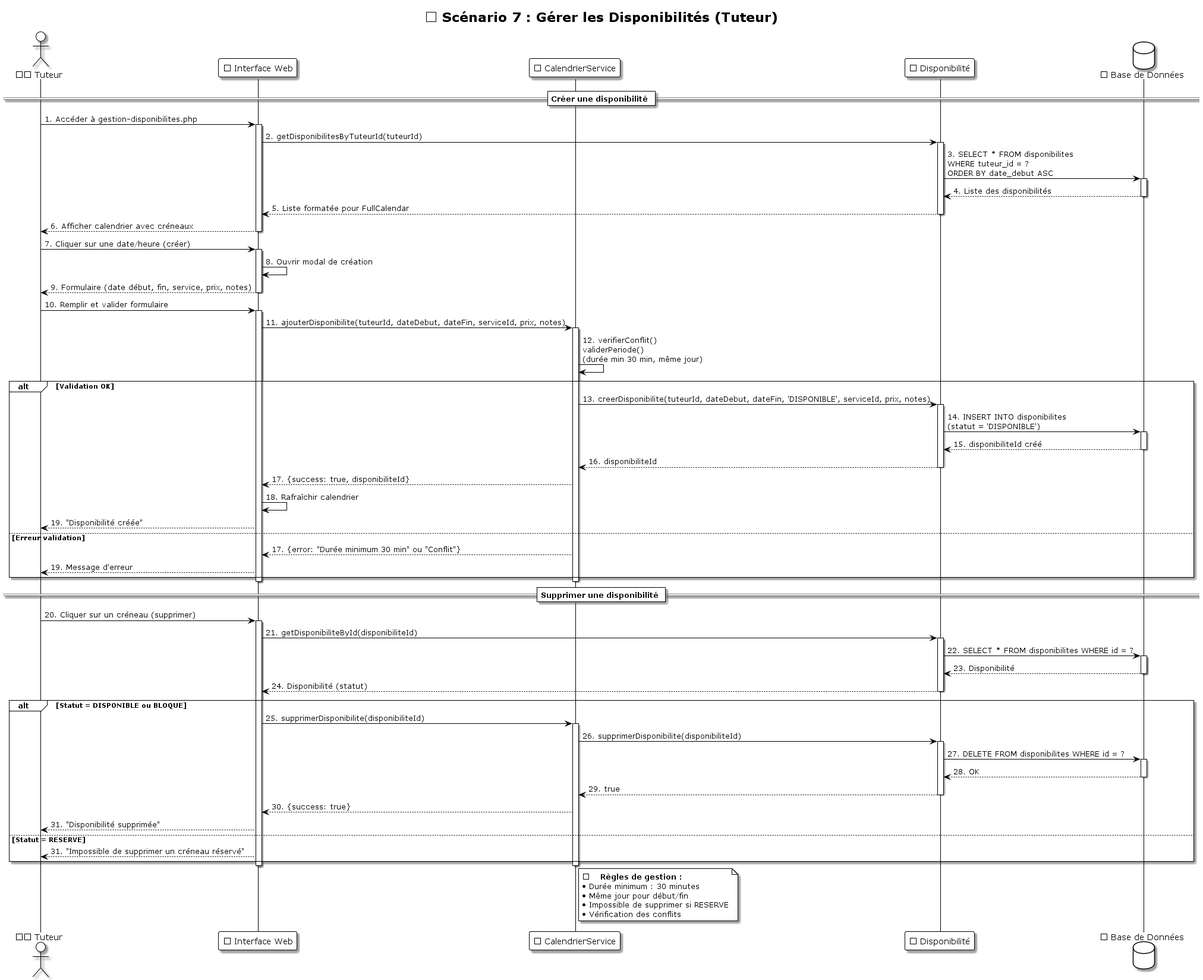
LLAbdul/LLAbdul-projet-tutoplus keeps this PlantUML diagram as UML/diagrammes_sequence/Sequence_07_Gerer_Disponibilites.png. Above is the earlier version. The source it was exported from:
```plantuml
@startuml Sequence_07_Gerer_Disponibilites
!theme plain
skinparam shadowing true
skinparam backgroundColor #FFFFFF

title 📝 Scénario 7 : Gérer les Disponibilités (Tuteur)

actor "👨‍🏫 Tuteur" as Tuteur
participant "🌐 Interface Web" as UI
participant "📆 CalendrierService" as CalendrierService
participant "⏰ Disponibilité" as Disponibilite
database "💾 Base de Données" as DB

== Créer une disponibilité ==
Tuteur -> UI: 1. Accéder à gestion-disponibilites.php
activate UI
UI -> Disponibilite: 2. getDisponibilitesByTuteurId(tuteurId)
activate Disponibilite
Disponibilite -> DB: 3. SELECT * FROM disponibilites\nWHERE tuteur_id = ?\nORDER BY date_debut ASC
activate DB
DB --> Disponibilite: 4. Liste des disponibilités
deactivate DB
Disponibilite --> UI: 5. Liste formatée pour FullCalendar
deactivate Disponibilite
UI --> Tuteur: 6. Afficher calendrier avec créneaux
deactivate UI

Tuteur -> UI: 7. Cliquer sur une date/heure (créer)
activate UI
UI -> UI: 8. Ouvrir modal de création
UI --> Tuteur: 9. Formulaire (date début, fin, service, prix, notes)
deactivate UI

Tuteur -> UI: 10. Remplir et valider formulaire
activate UI
UI -> CalendrierService: 11. ajouterDisponibilite(tuteurId, dateDebut, dateFin, serviceId, prix, notes)
activate CalendrierService

CalendrierService -> CalendrierService: 12. verifierConflit()\nvaliderPeriode()\n(durée min 30 min, même jour)

alt Validation OK
    CalendrierService -> Disponibilite: 13. creerDisponibilite(tuteurId, dateDebut, dateFin, 'DISPONIBLE', serviceId, prix, notes)
    activate Disponibilite
    Disponibilite -> DB: 14. INSERT INTO disponibilites\n(statut = 'DISPONIBLE')
    activate DB
    DB --> Disponibilite: 15. disponibiliteId créé
    deactivate DB
    Disponibilite --> CalendrierService: 16. disponibiliteId
    deactivate Disponibilite

    CalendrierService --> UI: 17. {success: true, disponibiliteId}
    UI -> UI: 18. Rafraîchir calendrier
    UI --> Tuteur: 19. "Disponibilité créée"
else Erreur validation
    CalendrierService --> UI: 17. {error: "Durée minimum 30 min" ou "Conflit"}
    UI --> Tuteur: 19. Message d'erreur
end

deactivate CalendrierService
deactivate UI

== Supprimer une disponibilité ==
Tuteur -> UI: 20. Cliquer sur un créneau (supprimer)
activate UI
UI -> Disponibilite: 21. getDisponibiliteById(disponibiliteId)
activate Disponibilite
Disponibilite -> DB: 22. SELECT * FROM disponibilites WHERE id = ?
activate DB
DB --> Disponibilite: 23. Disponibilité
deactivate DB
Disponibilite --> UI: 24. Disponibilité (statut)
deactivate Disponibilite

alt Statut = DISPONIBLE ou BLOQUE
    UI -> CalendrierService: 25. supprimerDisponibilite(disponibiliteId)
    activate CalendrierService
    CalendrierService -> Disponibilite: 26. supprimerDisponibilite(disponibiliteId)
    activate Disponibilite
    Disponibilite -> DB: 27. DELETE FROM disponibilites WHERE id = ?
    activate DB
    DB --> Disponibilite: 28. OK
    deactivate DB
    Disponibilite --> CalendrierService: 29. true
    deactivate Disponibilite
    CalendrierService --> UI: 30. {success: true}
    UI --> Tuteur: 31. "Disponibilité supprimée"
else Statut = RESERVE
    UI --> Tuteur: 31. "Impossible de supprimer un créneau réservé"
end

deactivate CalendrierService
deactivate UI

note right of CalendrierService
  ⏱️ **Règles de gestion :**
  • Durée minimum : 30 minutes
  • Même jour pour début/fin
  • Impossible de supprimer si RESERVE
  • Vérification des conflits
end note
@enduml
```
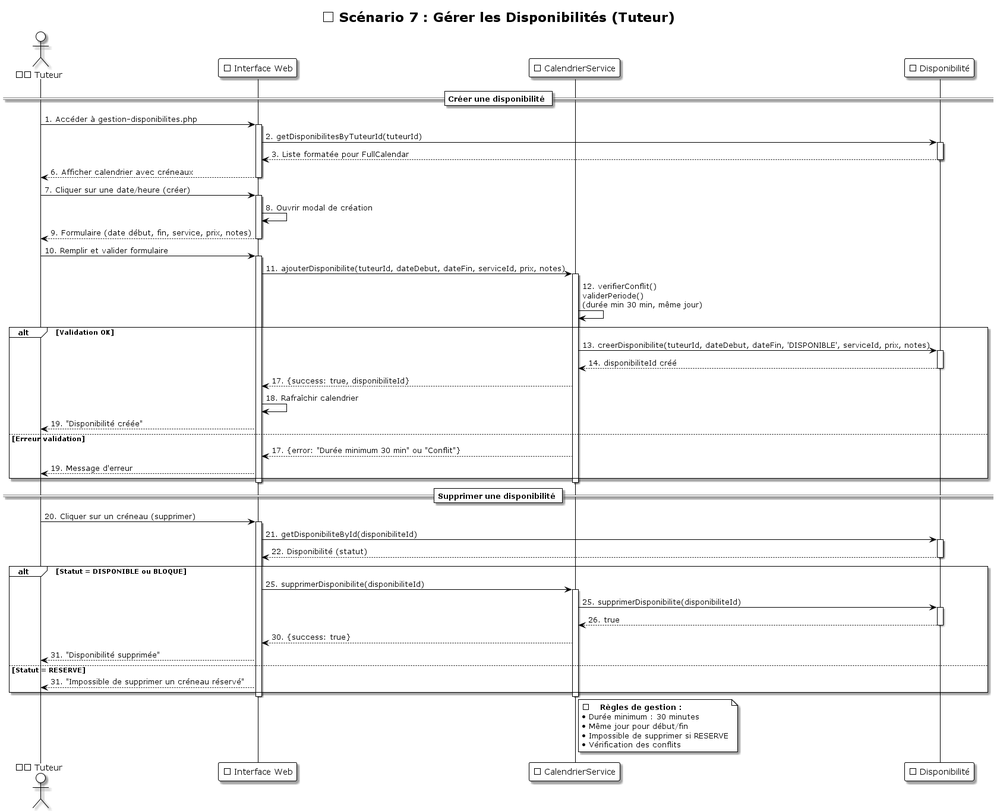
The same file after the commit.

Commit message:
mise à jour du diagrame de séquence pour les scénarios possible

Change to the diagram source:
```diff
@@ -9,18 +9,13 @@
 participant "🌐 Interface Web" as UI
 participant "📆 CalendrierService" as CalendrierService
 participant "⏰ Disponibilité" as Disponibilite
-database "💾 Base de Données" as DB
 
 == Créer une disponibilité ==
 Tuteur -> UI: 1. Accéder à gestion-disponibilites.php
 activate UI
 UI -> Disponibilite: 2. getDisponibilitesByTuteurId(tuteurId)
 activate Disponibilite
-Disponibilite -> DB: 3. SELECT * FROM disponibilites\nWHERE tuteur_id = ?\nORDER BY date_debut ASC
-activate DB
-DB --> Disponibilite: 4. Liste des disponibilités
-deactivate DB
-Disponibilite --> UI: 5. Liste formatée pour FullCalendar
+Disponibilite --> UI: 3. Liste formatée pour FullCalendar
 deactivate Disponibilite
 UI --> Tuteur: 6. Afficher calendrier avec créneaux
 deactivate UI
@@ -41,11 +36,7 @@
 alt Validation OK
     CalendrierService -> Disponibilite: 13. creerDisponibilite(tuteurId, dateDebut, dateFin, 'DISPONIBLE', serviceId, prix, notes)
     activate Disponibilite
-    Disponibilite -> DB: 14. INSERT INTO disponibilites\n(statut = 'DISPONIBLE')
-    activate DB
-    DB --> Disponibilite: 15. disponibiliteId créé
-    deactivate DB
-    Disponibilite --> CalendrierService: 16. disponibiliteId
+    Disponibilite --> CalendrierService: 14. disponibiliteId créé
     deactivate Disponibilite
 
     CalendrierService --> UI: 17. {success: true, disponibiliteId}
@@ -64,23 +55,15 @@
 activate UI
 UI -> Disponibilite: 21. getDisponibiliteById(disponibiliteId)
 activate Disponibilite
-Disponibilite -> DB: 22. SELECT * FROM disponibilites WHERE id = ?
-activate DB
-DB --> Disponibilite: 23. Disponibilité
-deactivate DB
-Disponibilite --> UI: 24. Disponibilité (statut)
+Disponibilite --> UI: 22. Disponibilité (statut)
 deactivate Disponibilite
 
 alt Statut = DISPONIBLE ou BLOQUE
     UI -> CalendrierService: 25. supprimerDisponibilite(disponibiliteId)
     activate CalendrierService
-    CalendrierService -> Disponibilite: 26. supprimerDisponibilite(disponibiliteId)
+    CalendrierService -> Disponibilite: 25. supprimerDisponibilite(disponibiliteId)
     activate Disponibilite
-    Disponibilite -> DB: 27. DELETE FROM disponibilites WHERE id = ?
-    activate DB
-    DB --> Disponibilite: 28. OK
-    deactivate DB
-    Disponibilite --> CalendrierService: 29. true
+    Disponibilite --> CalendrierService: 26. true
     deactivate Disponibilite
     CalendrierService --> UI: 30. {success: true}
     UI --> Tuteur: 31. "Disponibilité supprimée"
```
